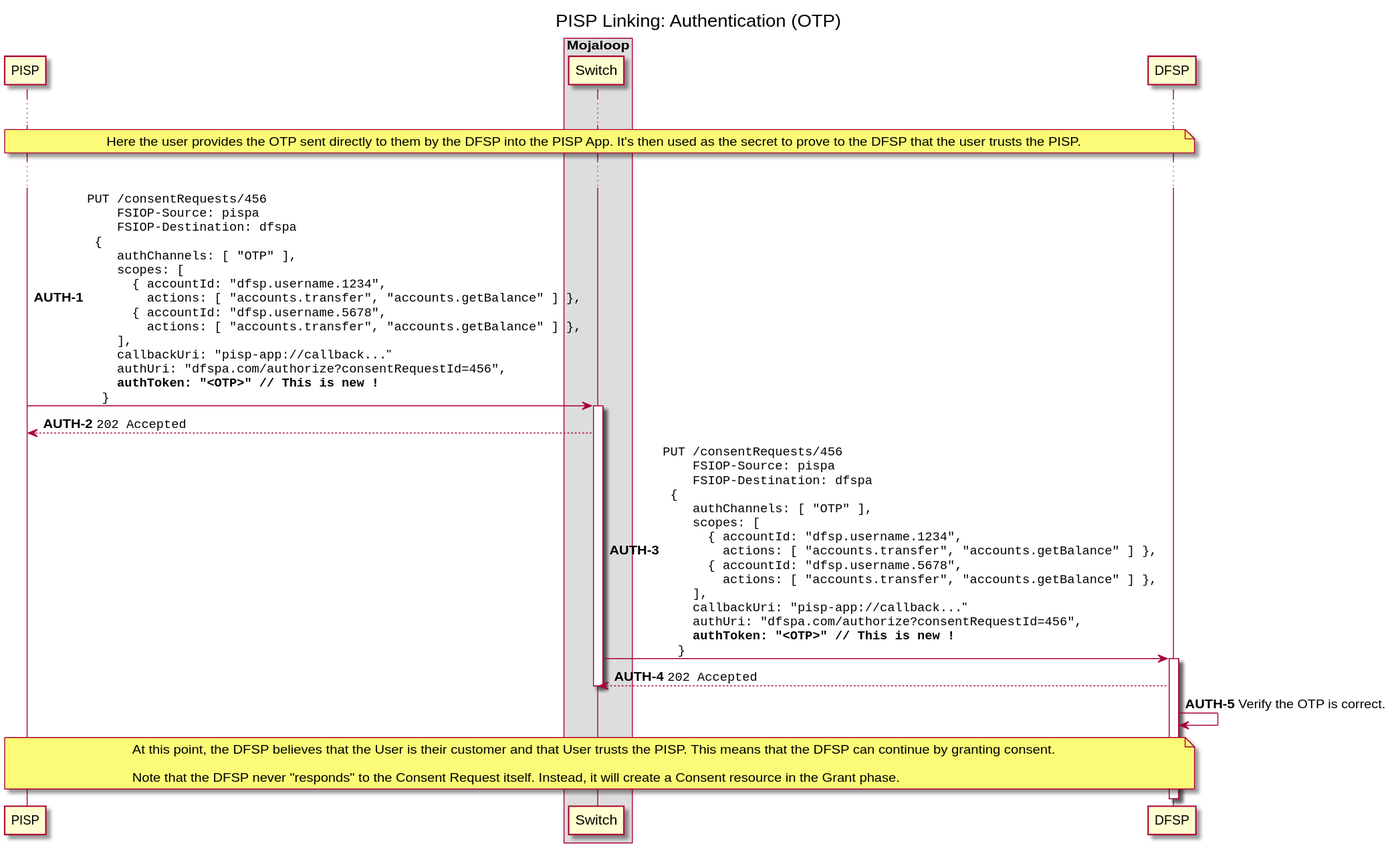
Earlier version of the PlantUML export docs/out/linking/3-authentication-otp.svg (mojaloop/pisp-project). Its source is kept beside it as docs/linking/3-authentication-otp.puml.
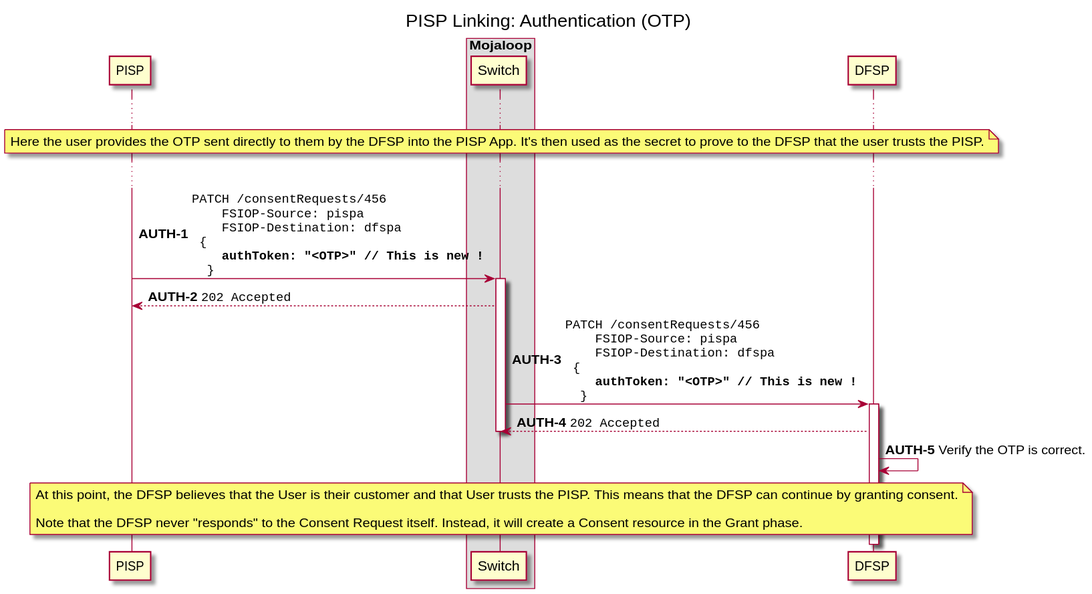
The same file after the commit.

The edit, as a diff of the source:
```diff
@@ -20,37 +20,19 @@
 
 ...
 
-PISP -> Switch ++: ""PUT /consentRequests/456""\n\
+PISP -> Switch ++: ""PATCH /consentRequests/456""\n\
     ""  FSIOP-Source: pispa""\n\
     ""  FSIOP-Destination: dfspa""\n\
 "" {""\n\
-    ""  authChannels: [ "OTP" ],""\n\
-    ""  scopes: [ ""\n\
-    ""    { accountId: "dfsp.username.1234",""\n\
-    ""      actions: [ "accounts.transfer", "accounts.getBalance" ] },""\n\
-    ""    { accountId: "dfsp.username.5678",""\n\
-    ""      actions: [ "accounts.transfer", "accounts.getBalance" ] },""\n\
-    ""  ],""\n\
-    ""  callbackUri: "pisp-app://callback..."""\n\
-    ""  authUri: "dfspa.com/authorize?consentRequestId=456",""\n\
     ""  **authToken: "<OTP>" // This is new !**""\n\
     ""}""
 Switch --> PISP: ""202 Accepted""
 deactivate PISP
 
-Switch -> DFSP ++: ""PUT /consentRequests/456""\n\
+Switch -> DFSP ++: ""PATCH /consentRequests/456""\n\
     ""  FSIOP-Source: pispa""\n\
     ""  FSIOP-Destination: dfspa""\n\
 "" {""\n\
-    ""  authChannels: [ "OTP" ],""\n\
-    ""  scopes: [ ""\n\
-    ""    { accountId: "dfsp.username.1234",""\n\
-    ""      actions: [ "accounts.transfer", "accounts.getBalance" ] },""\n\
-    ""    { accountId: "dfsp.username.5678",""\n\
-    ""      actions: [ "accounts.transfer", "accounts.getBalance" ] },""\n\
-    ""  ],""\n\
-    ""  callbackUri: "pisp-app://callback..."""\n\
-    ""  authUri: "dfspa.com/authorize?consentRequestId=456",""\n\
     ""  **authToken: "<OTP>" // This is new !**""\n\
     ""}""
 DFSP --> Switch: ""202 Accepted""
```
